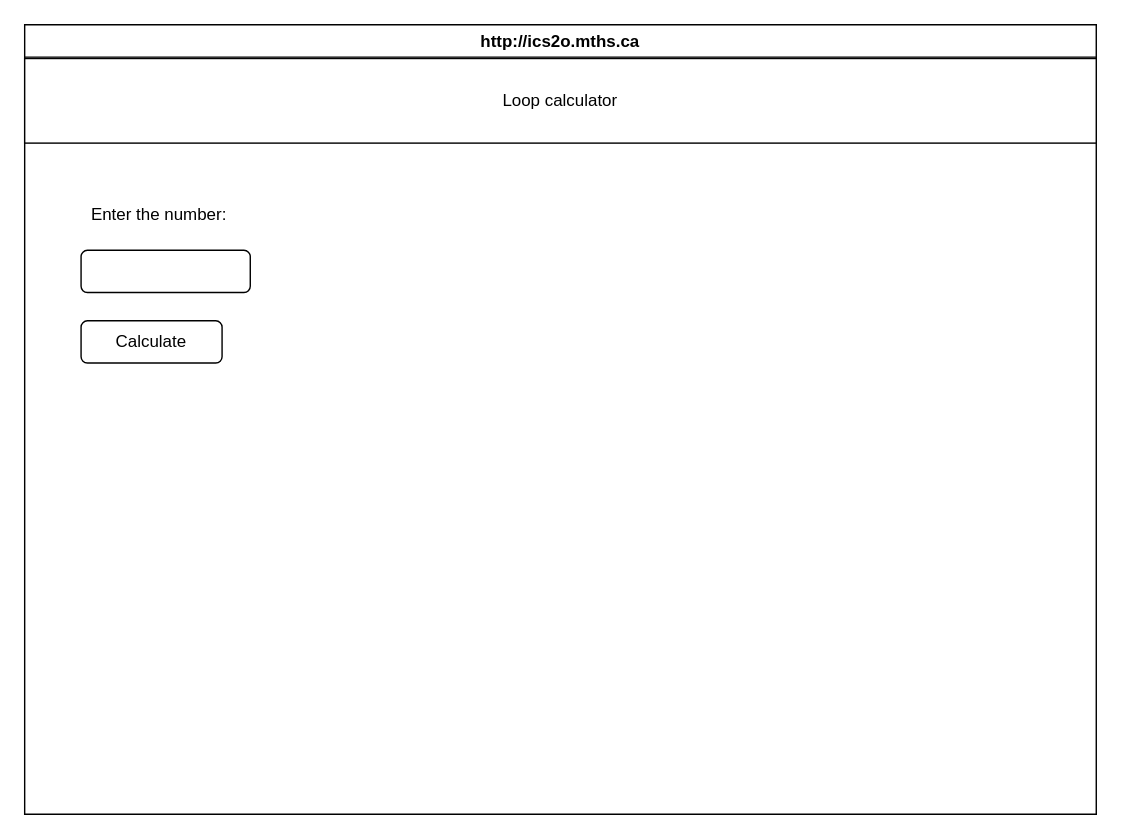
This is design/story.drawio from MTHS-ICD2O-1-2023/ICD2O-Assignment-05-manya-feng, a draw.io file, before an edit. Source tidied: cells renumbered, new cells numbered last; positions are measured from the earlier drawing's top-left corner, leaving out a move shared by most shapes. Both pictures are drawn from the tidied source at 141%, with x=0, y=0 at pixel (24, 24). Pictures stored in the file or linked from it are replaced by grey dashed boxes.
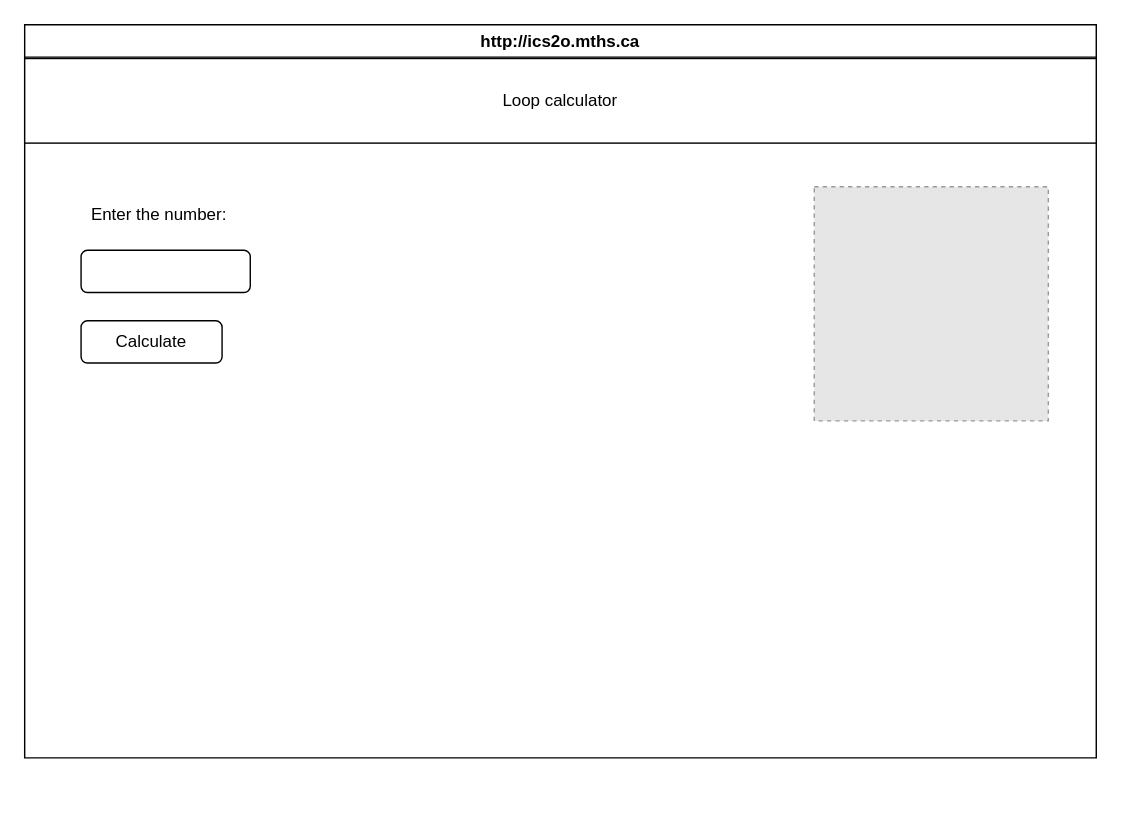
Above is the later version.

Change to the diagram source:
```diff
@@
 <mxGraphModel>
   <root>
     <mxCell id="0" />
     <mxCell id="1" parent="0" />
     <mxCell id="2" value="http://ics2o.mths.ca" style="swimlane;whiteSpace=wrap;html=1;" parent="1" vertex="1">
-      <mxGeometry width="760" height="560" as="geometry" />
+      <mxGeometry width="760" height="520" as="geometry" />
     </mxCell>
     <mxCell id="3" value="Loop calculator" style="rounded=0;whiteSpace=wrap;html=1;" parent="2" vertex="1">
       <mxGeometry y="24" width="760" height="60" as="geometry" />
     </mxCell>
     <mxCell id="4" value="Enter the number:" style="text;html=1;align=center;verticalAlign=middle;strokeColor=none;fillColor=none;" parent="2" vertex="1">
       <mxGeometry x="35" y="120" width="120" height="30" as="geometry" />
     </mxCell>
     <mxCell id="5" style="rounded=1;whiteSpace=wrap;html=1;" parent="2" vertex="1">
       <mxGeometry x="40" y="160" width="120" height="30" as="geometry" />
     </mxCell>
     <mxCell id="6" value="Calculate" style="rounded=1;whiteSpace=wrap;html=1;" parent="2" vertex="1">
       <mxGeometry x="40" y="210" width="100" height="30" as="geometry" />
     </mxCell>
+    <mxCell id="7" style="fillColor=#E6E6E6;strokeColor=#999999;dashed=1;verticalLabelPosition=bottom;labelBackgroundColor=default;verticalAlign=top;" parent="2" vertex="1">
+      <mxGeometry x="560" y="115" width="166" height="166" as="geometry" />
+    </mxCell>
   </root>
 </mxGraphModel>
```
